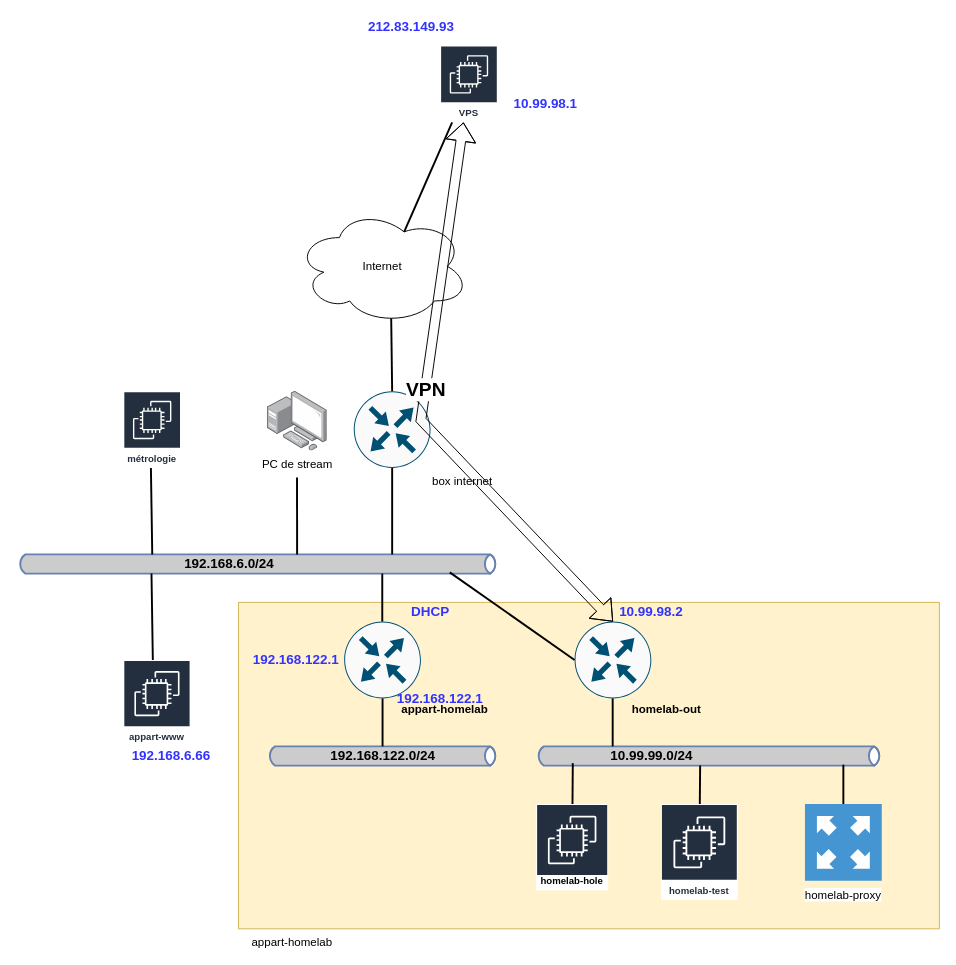
The draw.io diagram docs/schematics.drawio in ahpnils/lab-as-code-ng, before the edit. Source tidied: cells renumbered, new cells numbered last; positions are measured from the earlier drawing's top-left corner, leaving out a move shared by most shapes. Both pictures are drawn from the tidied source at 96%, with x=0, y=0 at pixel (17, 16).
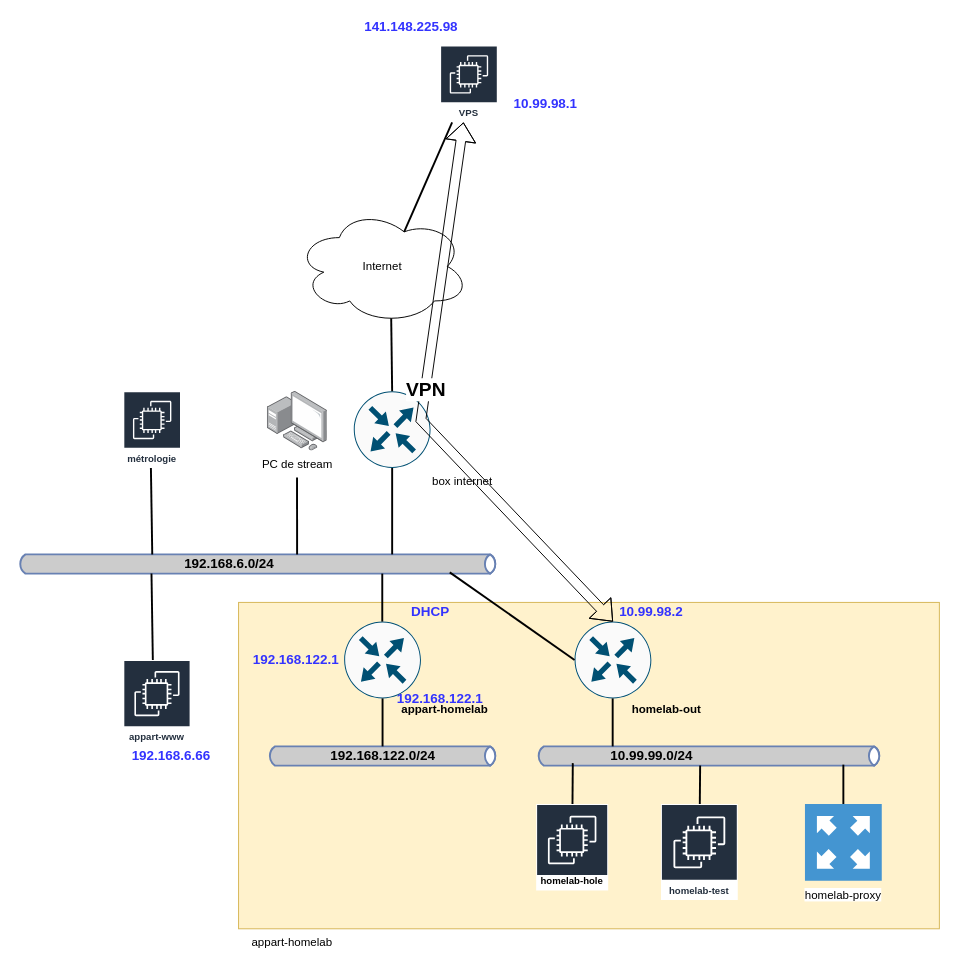
Above is the later version.

What changed in the source:
```diff
@@
-    <mxCell id="38" value="&lt;font color=&quot;#3333ff&quot;&gt;&lt;b&gt;212.83.149.93&lt;/b&gt;&lt;/font&gt;" style="text;html=1;strokeColor=none;fillColor=none;align=center;verticalAlign=middle;whiteSpace=wrap;rounded=0;fontSize=14;" parent="1" vertex="1">
+    <mxCell id="38" value="&lt;font color=&quot;#3333ff&quot;&gt;&lt;b&gt;141.148.225.98&lt;/b&gt;&lt;/font&gt;" style="text;html=1;strokeColor=none;fillColor=none;align=center;verticalAlign=middle;whiteSpace=wrap;rounded=0;fontSize=14;" parent="1" vertex="1">
       <mxGeometry x="390" width="40" height="20" as="geometry" />
     </mxCell>
```
